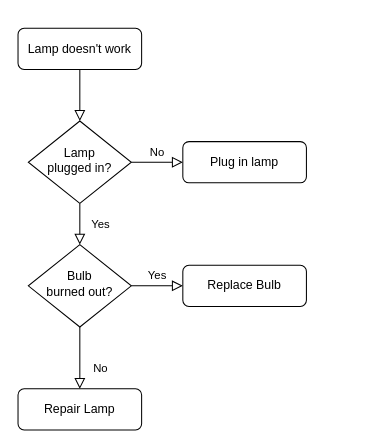
Before: Untitled Diagram.drawio in emmanuelemaida/googlepage, a draw.io diagram. Source tidied: cells renumbered, new cells numbered last; positions are measured from the earlier drawing's top-left corner, leaving out a move shared by most shapes. Both pictures are drawn from the tidied source at 103%, with x=0, y=0 at pixel (18, 28).
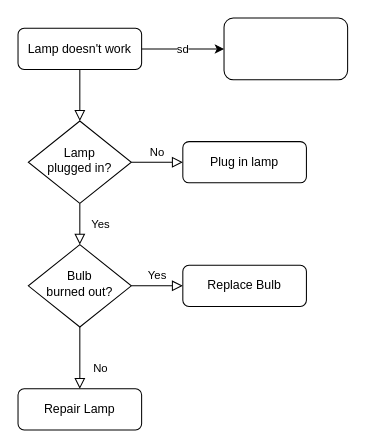
After the change.

Diff of the diagram source:
```diff
@@
 <mxGraphModel>
   <root>
     <mxCell id="0" />
     <mxCell id="1" parent="0" />
     <mxCell id="2" style="rounded=0;html=1;jettySize=auto;fontSize=11;endArrow=block;endFill=0;endSize=8;strokeWidth=1;shadow=0;labelBackgroundColor=none;edgeStyle=orthogonalEdgeStyle;" parent="1" edge="1" source="3" target="6">
       <mxGeometry relative="1" as="geometry" />
     </mxCell>
+    <mxCell id="13" value="sd" style="edgeStyle=orthogonalEdgeStyle;rounded=0;jettySize=auto;html=1;" parent="1" edge="1" source="3" target="14">
+      <mxGeometry relative="1" as="geometry" />
+    </mxCell>
     <mxCell id="3" value="Lamp doesn't work" style="rounded=1;whiteSpace=wrap;html=1;fontSize=12;glass=0;strokeWidth=1;shadow=0;" parent="1" vertex="1">
       <mxGeometry width="120" height="40" as="geometry" />
     </mxCell>
     <mxCell id="4" value="Yes" style="rounded=0;html=1;jettySize=auto;fontSize=11;endArrow=block;endFill=0;endSize=8;strokeWidth=1;shadow=0;labelBackgroundColor=none;edgeStyle=orthogonalEdgeStyle;" parent="1" edge="1" source="6" target="10">
       <mxGeometry y="20" relative="1" as="geometry" />
     </mxCell>
     <mxCell id="5" value="No" style="edgeStyle=orthogonalEdgeStyle;rounded=0;html=1;jettySize=auto;fontSize=11;endArrow=block;endFill=0;endSize=8;strokeWidth=1;shadow=0;labelBackgroundColor=none;" parent="1" edge="1" source="6" target="7">
       <mxGeometry y="10" relative="1" as="geometry" />
     </mxCell>
     <mxCell id="6" value="Lamp&lt;br&gt;plugged in?" style="rhombus;whiteSpace=wrap;html=1;shadow=0;fontFamily=Helvetica;fontSize=12;align=center;strokeWidth=1;spacing=6;spacingTop=-4;" parent="1" vertex="1">
       <mxGeometry x="10" y="90" width="100" height="80" as="geometry" />
     </mxCell>
     <mxCell id="7" value="Plug in lamp" style="rounded=1;whiteSpace=wrap;html=1;fontSize=12;glass=0;strokeWidth=1;shadow=0;" parent="1" vertex="1">
       <mxGeometry x="160" y="110" width="120" height="40" as="geometry" />
     </mxCell>
     <mxCell id="8" value="No" style="rounded=0;html=1;jettySize=auto;fontSize=11;endArrow=block;endFill=0;endSize=8;strokeWidth=1;shadow=0;labelBackgroundColor=none;edgeStyle=orthogonalEdgeStyle;" parent="1" edge="1" source="10" target="11">
       <mxGeometry x="0.33" y="20" relative="1" as="geometry" />
     </mxCell>
     <mxCell id="9" value="Yes" style="edgeStyle=orthogonalEdgeStyle;rounded=0;html=1;jettySize=auto;fontSize=11;endArrow=block;endFill=0;endSize=8;strokeWidth=1;shadow=0;labelBackgroundColor=none;" parent="1" edge="1" source="10" target="12">
       <mxGeometry y="10" relative="1" as="geometry" />
     </mxCell>
     <mxCell id="10" value="Bulb&lt;br&gt;burned out?" style="rhombus;whiteSpace=wrap;html=1;shadow=0;fontFamily=Helvetica;fontSize=12;align=center;strokeWidth=1;spacing=6;spacingTop=-4;" parent="1" vertex="1">
       <mxGeometry x="10" y="210" width="100" height="80" as="geometry" />
     </mxCell>
     <mxCell id="11" value="Repair Lamp" style="rounded=1;whiteSpace=wrap;html=1;fontSize=12;glass=0;strokeWidth=1;shadow=0;" parent="1" vertex="1">
       <mxGeometry y="350" width="120" height="40" as="geometry" />
     </mxCell>
     <mxCell id="12" value="Replace Bulb" style="rounded=1;whiteSpace=wrap;html=1;fontSize=12;glass=0;strokeWidth=1;shadow=0;" parent="1" vertex="1">
       <mxGeometry x="160" y="230" width="120" height="40" as="geometry" />
     </mxCell>
+    <mxCell id="14" style="whiteSpace=wrap;html=1;rounded=1;glass=0;strokeWidth=1;shadow=0;" parent="1" vertex="1">
+      <mxGeometry x="200" y="-10" width="120" height="60" as="geometry" />
+    </mxCell>
   </root>
 </mxGraphModel>
```
